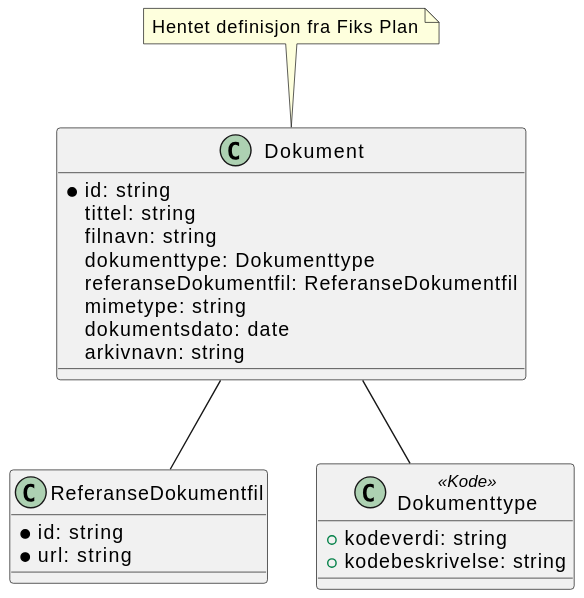
Before: Dokumentasjon/V1/ClassDiagrams/no.ks.fiks.saksfaser.v1.felles.dokument/classdiagram.svg, a diagram exported from PlantUML (ks-no/fiks-saksfaser-specification).
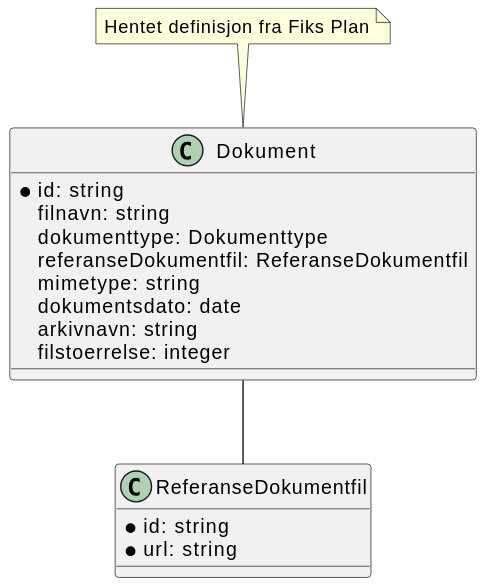
The same file after the commit.

What changed in the source:
```diff
@@ -3,22 +3,16 @@
 
 class Dokument {
     *id: string
-    tittel: string
     filnavn: string
     dokumenttype: Dokumenttype
     referanseDokumentfil: ReferanseDokumentfil
     mimetype: string
     dokumentsdato: date
     arkivnavn: string
+    filstoerrelse: integer
 }
 
 note top of Dokument : Hentet definisjon fra Fiks Plan
 
-Dokument -- Dokumenttype
 Dokument -- ReferanseDokumentfil
-
-class Dokumenttype <<Kode>> {
-    +kodeverdi: string
-    +kodebeskrivelse: string
-}
 @enduml
```
